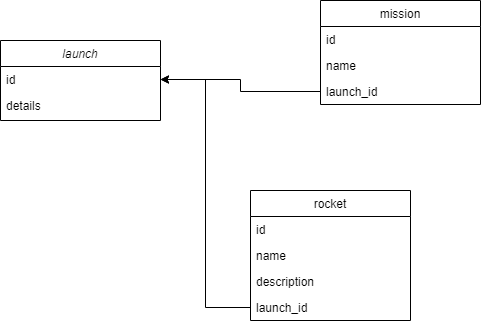
Earlier version of the draw.io export data_scructure_spacex.drawio.png (Kimiyori/greenatom). Source tidied: cells renumbered, new cells last; positions are measured from the earlier drawing's top-left corner, leaving out a move shared by most shapes.
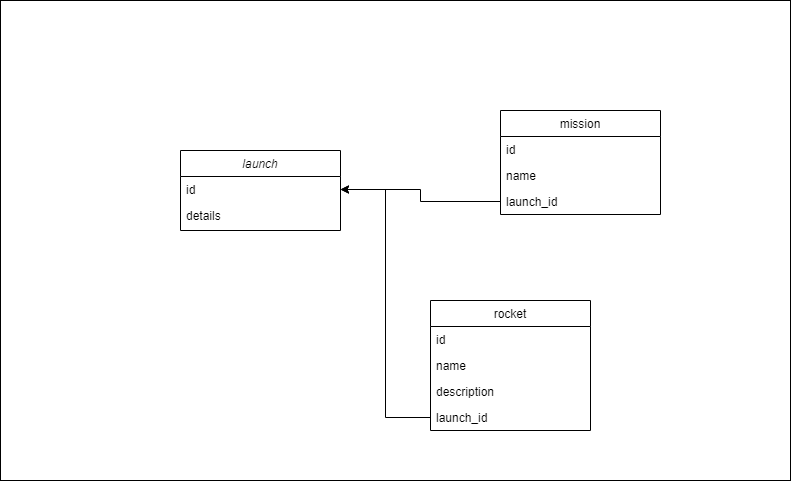
The same file after the commit.

The edit, as a diff of the source:
```diff
@@ -2,6 +2,9 @@
   <root>
     <mxCell id="0" />
     <mxCell id="1" parent="0" />
+    <mxCell id="16" style="rounded=0;whiteSpace=wrap;html=1;" parent="1" vertex="1">
+      <mxGeometry x="-180" y="-110" width="790" height="480" as="geometry" />
+    </mxCell>
     <mxCell id="2" value="launch" style="swimlane;fontStyle=2;align=center;verticalAlign=top;horizontal=1;startSize=26;rounded=0;shadow=0;strokeWidth=1;" parent="1" vertex="1">
       <mxGeometry y="40" width="160" height="80" as="geometry" />
     </mxCell>
```
